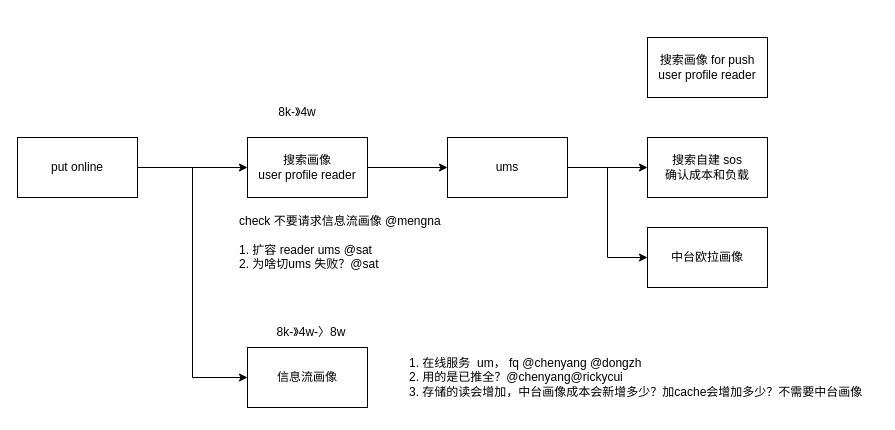
This is pushforuser.drawio from hashyong/drawio, a draw.io file, before an edit. Source tidied: cells renumbered, new cells numbered last; positions are measured from the earlier drawing's top-left corner, leaving out a move shared by most shapes. Both pictures are drawn from the tidied source at 100%, with x=0, y=0 at pixel (17, 37).
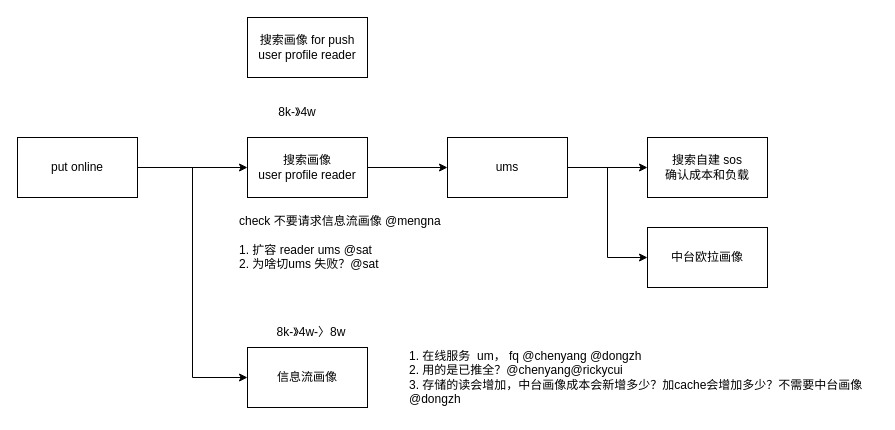
Above is the later version.

The edit, as a diff of the source:
```diff
@@
 <mxGraphModel>
   <root>
     <mxCell id="0" />
     <mxCell id="1" parent="0" />
     <mxCell id="2" style="edgeStyle=orthogonalEdgeStyle;rounded=0;jettySize=auto;html=1;" parent="1" edge="1" source="4" target="6">
       <mxGeometry relative="1" as="geometry" />
     </mxCell>
     <mxCell id="3" style="edgeStyle=orthogonalEdgeStyle;rounded=0;jettySize=auto;html=1;exitX=1;exitY=0.5;exitDx=0;exitDy=0;entryX=0;entryY=0.5;entryDx=0;entryDy=0;" parent="1" edge="1" source="4" target="15">
       <mxGeometry relative="1" as="geometry" />
     </mxCell>
     <mxCell id="4" value="put online" style="rounded=0;whiteSpace=wrap;html=1;" parent="1" vertex="1">
       <mxGeometry y="100" width="120" height="60" as="geometry" />
     </mxCell>
     <mxCell id="5" style="edgeStyle=orthogonalEdgeStyle;rounded=0;jettySize=auto;html=1;" parent="1" edge="1" source="6" target="10">
       <mxGeometry relative="1" as="geometry" />
     </mxCell>
     <mxCell id="6" value="搜索画像&lt;div&gt;user profile reader&lt;/div&gt;" style="rounded=0;whiteSpace=wrap;html=1;" parent="1" vertex="1">
       <mxGeometry x="230" y="100" width="120" height="60" as="geometry" />
     </mxCell>
     <mxCell id="7" value="8k-》4w" style="text;html=1;align=center;verticalAlign=middle;whiteSpace=wrap;rounded=0;" parent="1" vertex="1">
       <mxGeometry x="250" y="60" width="60" height="30" as="geometry" />
     </mxCell>
     <mxCell id="8" style="edgeStyle=orthogonalEdgeStyle;rounded=0;jettySize=auto;html=1;" parent="1" edge="1" source="10" target="12">
       <mxGeometry relative="1" as="geometry" />
     </mxCell>
     <mxCell id="9" style="edgeStyle=orthogonalEdgeStyle;rounded=0;jettySize=auto;html=1;exitX=1;exitY=0.5;exitDx=0;exitDy=0;entryX=0;entryY=0.5;entryDx=0;entryDy=0;" parent="1" edge="1" source="10" target="14">
       <mxGeometry relative="1" as="geometry" />
     </mxCell>
     <mxCell id="10" value="ums" style="rounded=0;whiteSpace=wrap;html=1;" parent="1" vertex="1">
       <mxGeometry x="430" y="100" width="120" height="60" as="geometry" />
     </mxCell>
     <mxCell id="11" value="check 不要请求信息流画像 @mengna&lt;div&gt;&lt;br&gt;&lt;/div&gt;&lt;div&gt;1. 扩容 reader ums @sat&lt;/div&gt;&lt;div&gt;2. 为啥切ums 失败？@sat&lt;/div&gt;" style="text;html=1;align=left;verticalAlign=middle;whiteSpace=wrap;rounded=0;" parent="1" vertex="1">
       <mxGeometry x="220" y="190" width="236" height="30" as="geometry" />
     </mxCell>
     <mxCell id="12" value="搜索自建 sos&lt;div&gt;确认成本和负载&lt;/div&gt;" style="rounded=0;whiteSpace=wrap;html=1;" parent="1" vertex="1">
       <mxGeometry x="630" y="100" width="120" height="60" as="geometry" />
     </mxCell>
     <mxCell id="13" value="搜索画像 for push&lt;div&gt;user profile reader&lt;/div&gt;" style="rounded=0;whiteSpace=wrap;html=1;" parent="1" vertex="1">
-      <mxGeometry x="630" width="120" height="60" as="geometry" />
+      <mxGeometry x="230" y="-20" width="120" height="60" as="geometry" />
     </mxCell>
     <mxCell id="14" value="中台欧拉画像" style="rounded=0;whiteSpace=wrap;html=1;" parent="1" vertex="1">
       <mxGeometry x="630" y="190" width="120" height="60" as="geometry" />
     </mxCell>
     <mxCell id="15" value="信息流画像" style="rounded=0;whiteSpace=wrap;html=1;" parent="1" vertex="1">
       <mxGeometry x="230" y="310" width="120" height="60" as="geometry" />
     </mxCell>
     <mxCell id="16" value="8k-》4w-〉8w" style="text;html=1;align=center;verticalAlign=middle;whiteSpace=wrap;rounded=0;" parent="1" vertex="1">
       <mxGeometry x="244" y="280" width="100" height="30" as="geometry" />
     </mxCell>
-    <mxCell id="17" value="1. 在线服务&amp;nbsp; um， fq @chenyang @dongzh&lt;div&gt;2. 用的是已推全？@chenyang@rickycui&lt;/div&gt;&lt;div&gt;3. 存储的读会增加，中台画像成本会新增多少？加cache会增加多少？不需要中台画像&amp;nbsp;&lt;/div&gt;" style="text;html=1;align=left;verticalAlign=middle;whiteSpace=wrap;rounded=0;" parent="1" vertex="1">
+    <mxCell id="17" value="1. 在线服务&amp;nbsp; um， fq @chenyang @dongzh&lt;div&gt;2. 用的是已推全？@chenyang@rickycui&lt;/div&gt;&lt;div&gt;3. 存储的读会增加，中台画像成本会新增多少？加cache会增加多少？不需要中台画像 @dongzh&lt;/div&gt;" style="text;html=1;align=left;verticalAlign=middle;whiteSpace=wrap;rounded=0;" parent="1" vertex="1">
       <mxGeometry x="390" y="305" width="470" height="70" as="geometry" />
     </mxCell>
   </root>
 </mxGraphModel>
```
